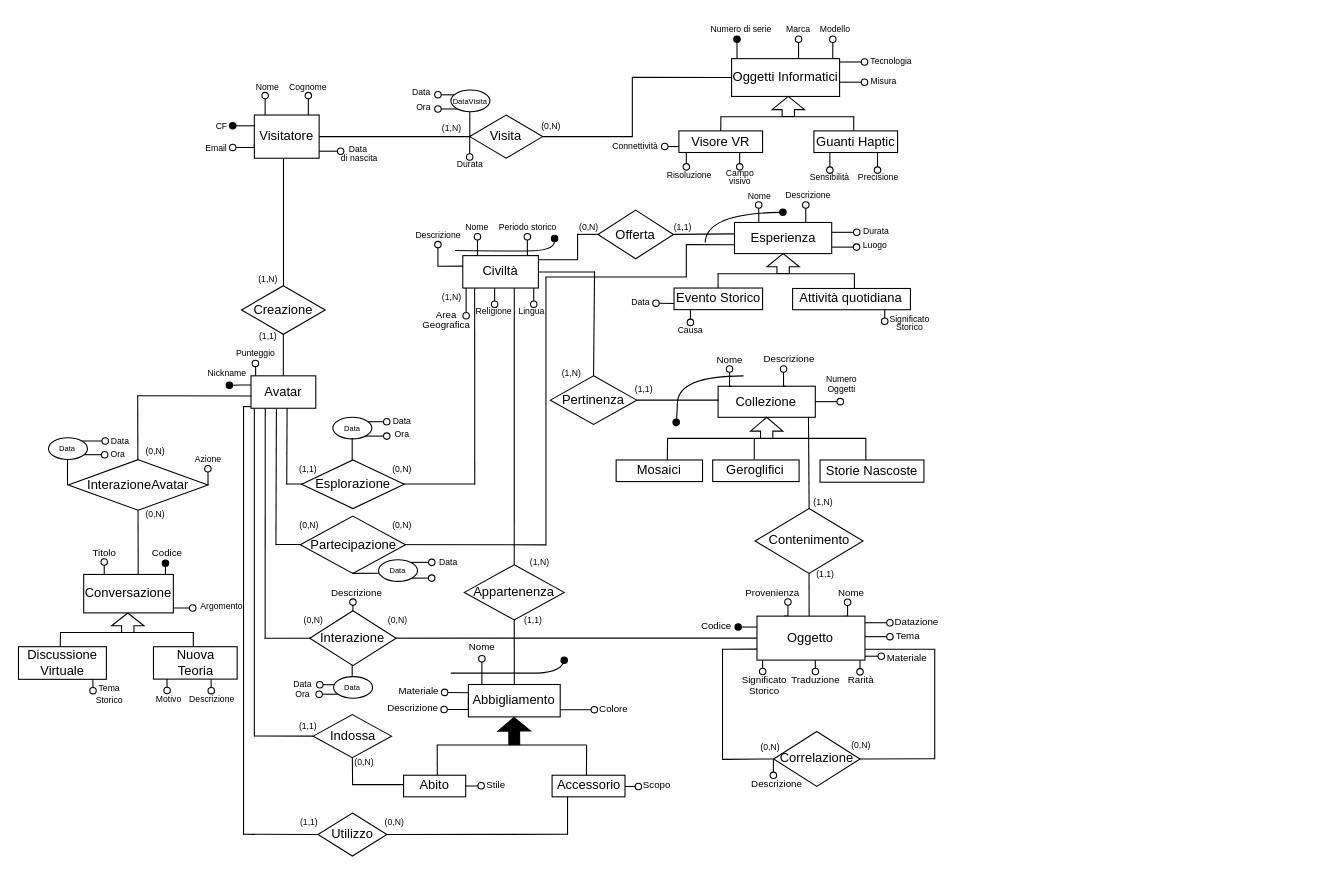
Above: WP1/ER canonico.drawio in pnocerino/BasiDiDati (draw.io), before the change. Source tidied: cells renumbered, new cells numbered last; positions are measured from the earlier drawing's top-left corner, leaving out a move shared by most shapes. Both pictures are drawn from the tidied source at 108%, with x=0, y=0 at pixel (18, 17).
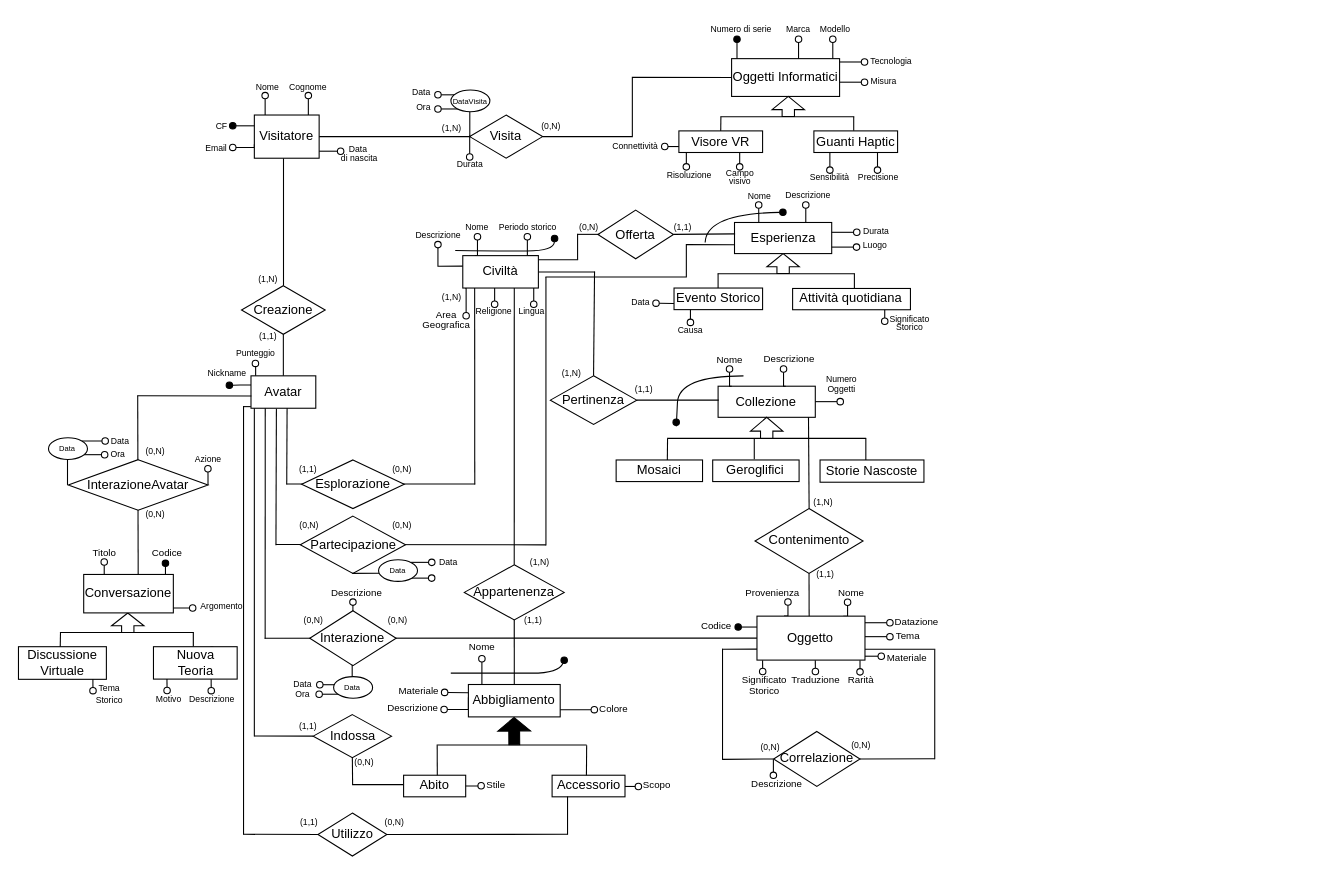
The same page after the edit.

Change to the diagram source:
```diff
@@
-    <mxCell id="263" style="edgeStyle=orthogonalEdgeStyle;rounded=0;orthogonalLoop=1;jettySize=auto;html=1;exitX=0;exitY=0;exitDx=0;exitDy=0;endArrow=oval;endFill=0;" parent="1" edge="1">
-      <mxGeometry relative="1" as="geometry">
-        <mxPoint x="321.2" y="374" as="sourcePoint" />
-        <mxPoint x="340.6" y="374" as="targetPoint" />
-      </mxGeometry>
-    </mxCell>
-    <mxCell id="264" style="edgeStyle=orthogonalEdgeStyle;rounded=0;orthogonalLoop=1;jettySize=auto;html=1;endArrow=oval;endFill=0;" parent="1" edge="1">
-      <mxGeometry relative="1" as="geometry">
-        <mxPoint x="320.6" y="387.3" as="sourcePoint" />
-        <mxPoint x="340.6" y="387.3" as="targetPoint" />
-      </mxGeometry>
-    </mxCell>
-    <mxCell id="265" value="&lt;p style=&quot;line-height: 110%;&quot;&gt;&lt;font style=&quot;font-size: 7px;&quot;&gt;Data&lt;/font&gt;&lt;/p&gt;" style="ellipse;whiteSpace=wrap;html=1;" parent="1" vertex="1">
-      <mxGeometry x="290.7" y="369.9" width="36.1" height="20" as="geometry" />
-    </mxCell>
@@
-    <mxCell id="271" style="endArrow=none;html=1;rounded=0;entryX=0.551;entryY=1.003;entryDx=0;entryDy=0;entryPerimeter=0;" parent="1" edge="1">
-      <mxGeometry relative="1" as="geometry">
-        <mxPoint x="308.6" y="412.7" as="sourcePoint" />
-        <mxPoint x="308.6" y="389.4" as="targetPoint" />
-      </mxGeometry>
-    </mxCell>
@@
-    <mxCell id="275" value="&lt;font style=&quot;font-size: 8px;&quot;&gt;Data&lt;/font&gt;" style="text;html=1;align=center;verticalAlign=middle;whiteSpace=wrap;rounded=1;strokeColor=none;glass=0;" parent="1" vertex="1">
-      <mxGeometry x="339.9" y="369.9" width="30" height="6.5" as="geometry" />
-    </mxCell>
-    <mxCell id="276" value="&lt;font style=&quot;font-size: 8px;&quot;&gt;Ora&lt;/font&gt;" style="text;html=1;align=center;verticalAlign=middle;whiteSpace=wrap;rounded=1;strokeColor=none;glass=0;" parent="1" vertex="1">
-      <mxGeometry x="339.9" y="379" width="30" height="11.5" as="geometry" />
-    </mxCell>
```
